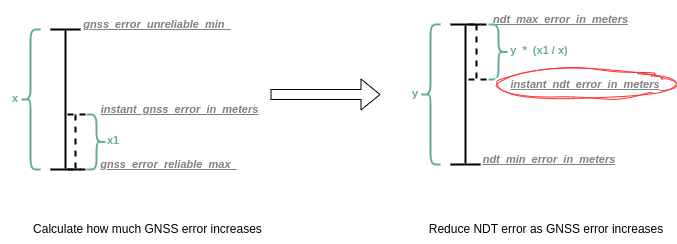
Before: localization/autoware_pose_covariance_modifier_node/media/ndt_stddev_calculation_formula.drawio.png, a diagram exported from draw.io (autowarefoundation/autoware.universe). Source tidied: cells renumbered, new cells last; positions are measured from the earlier drawing's top-left corner, leaving out a move shared by most shapes.
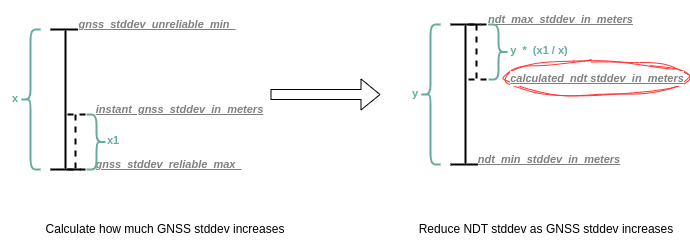
The same diagram one commit later.

Commit message:
update formulas definitions

Change to the diagram source:
```diff
@@ -5,13 +5,13 @@
     <mxCell id="2" style="shape=crossbar;whiteSpace=wrap;html=1;rounded=1;hachureGap=4;fontFamily=Architects Daughter;fontSource=https%3A%2F%2Ffonts.googleapis.com%2Fcss%3Ffamily%3DArchitects%2BDaughter;flipH=1;flipV=1;direction=south;shadow=0;strokeWidth=2;" parent="1" vertex="1">
       <mxGeometry x="50" y="20" width="30" height="140" as="geometry" />
     </mxCell>
-    <mxCell id="3" value="&lt;div style=&quot;background-color: rgb(255, 255, 255);&quot;&gt;&lt;pre style=&quot;&quot;&gt;&lt;span style=&quot;color: rgb(128, 128, 128); font-style: italic;&quot;&gt;&lt;font face=&quot;Helvetica&quot; style=&quot;font-size: 11px;&quot;&gt;&lt;u&gt;&lt;b&gt;gnss_error_unreliable_min_&lt;/b&gt;&lt;/u&gt;&lt;/font&gt;&lt;/span&gt;&lt;/pre&gt;&lt;/div&gt;" style="text;html=1;align=center;verticalAlign=middle;whiteSpace=wrap;rounded=0;fontFamily=Architects Daughter;fontSource=https%3A%2F%2Ffonts.googleapis.com%2Fcss%3Ffamily%3DArchitects%2BDaughter;" parent="1" vertex="1">
+    <mxCell id="3" value="&lt;div style=&quot;background-color: rgb(255, 255, 255);&quot;&gt;&lt;pre style=&quot;&quot;&gt;&lt;span style=&quot;color: rgb(128, 128, 128); font-style: italic;&quot;&gt;&lt;font face=&quot;Helvetica&quot; style=&quot;font-size: 11px;&quot;&gt;&lt;u&gt;&lt;b&gt;gnss_stddev_unreliable_min_&lt;/b&gt;&lt;/u&gt;&lt;/font&gt;&lt;/span&gt;&lt;/pre&gt;&lt;/div&gt;" style="text;html=1;align=center;verticalAlign=middle;whiteSpace=wrap;rounded=0;fontFamily=Architects Daughter;fontSource=https%3A%2F%2Ffonts.googleapis.com%2Fcss%3Ffamily%3DArchitects%2BDaughter;" parent="1" vertex="1">
       <mxGeometry x="87" y="5" width="140" height="20" as="geometry" />
     </mxCell>
-    <mxCell id="4" value="&lt;div style=&quot;background-color: rgb(255, 255, 255);&quot;&gt;&lt;pre style=&quot;&quot;&gt;&lt;span style=&quot;color: rgb(128, 128, 128); font-style: italic;&quot;&gt;&lt;font style=&quot;font-size: 11px;&quot; face=&quot;Helvetica&quot;&gt;&lt;u&gt;&lt;b&gt;gnss_error_reliable_max_&lt;/b&gt;&lt;/u&gt;&lt;/font&gt;&lt;/span&gt;&lt;/pre&gt;&lt;/div&gt;" style="text;html=1;align=center;verticalAlign=middle;whiteSpace=wrap;rounded=0;fontFamily=Architects Daughter;fontSource=https%3A%2F%2Ffonts.googleapis.com%2Fcss%3Ffamily%3DArchitects%2BDaughter;" parent="1" vertex="1">
+    <mxCell id="4" value="&lt;div style=&quot;background-color: rgb(255, 255, 255);&quot;&gt;&lt;pre style=&quot;&quot;&gt;&lt;span style=&quot;color: rgb(128, 128, 128); font-style: italic;&quot;&gt;&lt;font style=&quot;font-size: 11px;&quot; face=&quot;Helvetica&quot;&gt;&lt;u&gt;&lt;b&gt;gnss_stddev_reliable_max_&lt;/b&gt;&lt;/u&gt;&lt;/font&gt;&lt;/span&gt;&lt;/pre&gt;&lt;/div&gt;" style="text;html=1;align=center;verticalAlign=middle;whiteSpace=wrap;rounded=0;fontFamily=Architects Daughter;fontSource=https%3A%2F%2Ffonts.googleapis.com%2Fcss%3Ffamily%3DArchitects%2BDaughter;" parent="1" vertex="1">
       <mxGeometry x="99" y="145" width="139" height="20" as="geometry" />
     </mxCell>
-    <mxCell id="5" value="&lt;div style=&quot;background-color: rgb(255, 255, 255);&quot;&gt;&lt;pre style=&quot;&quot;&gt;&lt;span style=&quot;color: rgb(128, 128, 128); font-style: italic;&quot;&gt;&lt;font style=&quot;font-size: 11px;&quot; face=&quot;Helvetica&quot;&gt;&lt;u&gt;&lt;b&gt;instant_gnss_error_in_meters&lt;/b&gt;&lt;/u&gt;&lt;/font&gt;&lt;/span&gt;&lt;/pre&gt;&lt;/div&gt;" style="text;html=1;align=center;verticalAlign=middle;whiteSpace=wrap;rounded=0;fontFamily=Architects Daughter;fontSource=https%3A%2F%2Ffonts.googleapis.com%2Fcss%3Ffamily%3DArchitects%2BDaughter;" parent="1" vertex="1">
+    <mxCell id="5" value="&lt;div style=&quot;background-color: rgb(255, 255, 255);&quot;&gt;&lt;pre style=&quot;&quot;&gt;&lt;span style=&quot;color: rgb(128, 128, 128); font-style: italic;&quot;&gt;&lt;font style=&quot;font-size: 11px;&quot; face=&quot;Helvetica&quot;&gt;&lt;u&gt;&lt;b&gt;instant_gnss_stddev_in_meters&lt;/b&gt;&lt;/u&gt;&lt;/font&gt;&lt;/span&gt;&lt;/pre&gt;&lt;/div&gt;" style="text;html=1;align=center;verticalAlign=middle;whiteSpace=wrap;rounded=0;fontFamily=Architects Daughter;fontSource=https%3A%2F%2Ffonts.googleapis.com%2Fcss%3Ffamily%3DArchitects%2BDaughter;" parent="1" vertex="1">
       <mxGeometry x="101" y="90" width="157" height="20" as="geometry" />
     </mxCell>
     <mxCell id="6" style="shape=curlyBracket;whiteSpace=wrap;html=1;rounded=1;flipH=1;labelPosition=right;verticalLabelPosition=middle;align=left;verticalAlign=middle;hachureGap=4;fontFamily=Architects Daughter;fontSource=https%3A%2F%2Ffonts.googleapis.com%2Fcss%3Ffamily%3DArchitects%2BDaughter;size=0.5;strokeWidth=2;strokeColor=#67AB9F;" parent="1" vertex="1">
@@ -32,10 +32,10 @@
     <mxCell id="11" style="shape=crossbar;whiteSpace=wrap;html=1;rounded=1;hachureGap=4;fontFamily=Architects Daughter;fontSource=https%3A%2F%2Ffonts.googleapis.com%2Fcss%3Ffamily%3DArchitects%2BDaughter;flipH=1;flipV=1;direction=south;shadow=0;strokeWidth=2;" parent="1" vertex="1">
       <mxGeometry x="450" y="15" width="30" height="140" as="geometry" />
     </mxCell>
-    <mxCell id="12" value="&lt;div style=&quot;background-color: rgb(255, 255, 255);&quot;&gt;&lt;pre style=&quot;&quot;&gt;&lt;div&gt;&lt;pre style=&quot;&quot;&gt;&lt;span style=&quot;color: rgb(128, 128, 128); font-style: italic;&quot;&gt;&lt;font style=&quot;font-size: 11px;&quot; face=&quot;Helvetica&quot;&gt;&lt;b style=&quot;&quot;&gt;&lt;u&gt;ndt_max_error_in_meters&lt;/u&gt;&lt;/b&gt;&lt;/font&gt;&lt;/span&gt;&lt;/pre&gt;&lt;/div&gt;&lt;/pre&gt;&lt;/div&gt;" style="text;html=1;align=center;verticalAlign=middle;whiteSpace=wrap;rounded=0;fontFamily=Architects Daughter;fontSource=https%3A%2F%2Ffonts.googleapis.com%2Fcss%3Ffamily%3DArchitects%2BDaughter;" parent="1" vertex="1">
+    <mxCell id="12" value="&lt;div style=&quot;background-color: rgb(255, 255, 255);&quot;&gt;&lt;pre style=&quot;&quot;&gt;&lt;div&gt;&lt;pre style=&quot;&quot;&gt;&lt;span style=&quot;color: rgb(128, 128, 128); font-style: italic;&quot;&gt;&lt;font style=&quot;font-size: 11px;&quot; face=&quot;Helvetica&quot;&gt;&lt;b style=&quot;&quot;&gt;&lt;u&gt;ndt_max_stddev_in_meters&lt;/u&gt;&lt;/b&gt;&lt;/font&gt;&lt;/span&gt;&lt;/pre&gt;&lt;/div&gt;&lt;/pre&gt;&lt;/div&gt;" style="text;html=1;align=center;verticalAlign=middle;whiteSpace=wrap;rounded=0;fontFamily=Architects Daughter;fontSource=https%3A%2F%2Ffonts.googleapis.com%2Fcss%3Ffamily%3DArchitects%2BDaughter;" parent="1" vertex="1">
       <mxGeometry x="491" width="139" height="20" as="geometry" />
     </mxCell>
-    <mxCell id="13" value="&lt;div style=&quot;background-color: rgb(255, 255, 255);&quot;&gt;&lt;pre style=&quot;&quot;&gt;&lt;div&gt;&lt;pre style=&quot;&quot;&gt;&lt;span style=&quot;color: rgb(128, 128, 128); font-style: italic;&quot;&gt;&lt;font style=&quot;font-size: 11px;&quot; face=&quot;Helvetica&quot;&gt;&lt;u style=&quot;&quot;&gt;&lt;b&gt;ndt_min_error_in_meters&lt;/b&gt;&lt;/u&gt;&lt;/font&gt;&lt;/span&gt;&lt;/pre&gt;&lt;/div&gt;&lt;/pre&gt;&lt;/div&gt;" style="text;html=1;align=center;verticalAlign=middle;whiteSpace=wrap;rounded=0;fontFamily=Architects Daughter;fontSource=https%3A%2F%2Ffonts.googleapis.com%2Fcss%3Ffamily%3DArchitects%2BDaughter;" parent="1" vertex="1">
+    <mxCell id="13" value="&lt;div style=&quot;background-color: rgb(255, 255, 255);&quot;&gt;&lt;pre style=&quot;&quot;&gt;&lt;div&gt;&lt;pre style=&quot;&quot;&gt;&lt;span style=&quot;color: rgb(128, 128, 128); font-style: italic;&quot;&gt;&lt;font style=&quot;font-size: 11px;&quot; face=&quot;Helvetica&quot;&gt;&lt;u style=&quot;&quot;&gt;&lt;b&gt;ndt_min_stddev_in_meters&lt;/b&gt;&lt;/u&gt;&lt;/font&gt;&lt;/span&gt;&lt;/pre&gt;&lt;/div&gt;&lt;/pre&gt;&lt;/div&gt;" style="text;html=1;align=center;verticalAlign=middle;whiteSpace=wrap;rounded=0;fontFamily=Architects Daughter;fontSource=https%3A%2F%2Ffonts.googleapis.com%2Fcss%3Ffamily%3DArchitects%2BDaughter;" parent="1" vertex="1">
       <mxGeometry x="477.8" y="140" width="142.2" height="20" as="geometry" />
     </mxCell>
     <mxCell id="14" style="shape=curlyBracket;whiteSpace=wrap;html=1;rounded=1;flipH=1;labelPosition=right;verticalLabelPosition=middle;align=left;verticalAlign=middle;hachureGap=4;fontFamily=Architects Daughter;fontSource=https%3A%2F%2Ffonts.googleapis.com%2Fcss%3Ffamily%3DArchitects%2BDaughter;size=0.5;strokeWidth=2;strokeColor=#67AB9F;" parent="1" vertex="1">
@@ -54,10 +54,10 @@
       <mxGeometry x="466" y="15" width="20" height="55" as="geometry" />
     </mxCell>
     <mxCell id="19" style="ellipse;whiteSpace=wrap;html=1;sketch=1;hachureGap=4;jiggle=2;curveFitting=1;fontFamily=Architects Daughter;fontSource=https%3A%2F%2Ffonts.googleapis.com%2Fcss%3Ffamily%3DArchitects%2BDaughter;strokeColor=#FF3333;" parent="1" vertex="1">
-      <mxGeometry x="495" y="60" width="180" height="30" as="geometry" />
+      <mxGeometry x="504" y="51.5" width="185" height="35" as="geometry" />
     </mxCell>
-    <mxCell id="20" value="&lt;div style=&quot;background-color: rgb(255, 255, 255);&quot;&gt;&lt;pre style=&quot;&quot;&gt;&lt;font face=&quot;Helvetica&quot; color=&quot;#808080&quot;&gt;&lt;span style=&quot;font-size: 11px;&quot;&gt;&lt;b&gt;&lt;i&gt;&lt;u&gt;instant_ndt_error_in_meters&lt;/u&gt;&lt;/i&gt;&lt;/b&gt;&lt;/span&gt;&lt;/font&gt;&lt;/pre&gt;&lt;/div&gt;" style="text;html=1;align=center;verticalAlign=middle;whiteSpace=wrap;rounded=0;fontFamily=Architects Daughter;fontSource=https%3A%2F%2Ffonts.googleapis.com%2Fcss%3Ffamily%3DArchitects%2BDaughter;" parent="1" vertex="1">
-      <mxGeometry x="510" y="67.5" width="150" height="15" as="geometry" />
+    <mxCell id="20" value="&lt;div style=&quot;background-color: rgb(255, 255, 255);&quot;&gt;&lt;pre style=&quot;&quot;&gt;&lt;font face=&quot;Helvetica&quot; color=&quot;#808080&quot;&gt;&lt;span style=&quot;font-size: 11px;&quot;&gt;&lt;b&gt;&lt;i&gt;&lt;u&gt;calculated_ndt stddev_in_meters&lt;/u&gt;&lt;/i&gt;&lt;/b&gt;&lt;/span&gt;&lt;/font&gt;&lt;/pre&gt;&lt;/div&gt;" style="text;html=1;align=center;verticalAlign=middle;whiteSpace=wrap;rounded=0;fontFamily=Architects Daughter;fontSource=https%3A%2F%2Ffonts.googleapis.com%2Fcss%3Ffamily%3DArchitects%2BDaughter;" parent="1" vertex="1">
+      <mxGeometry x="521.5" y="61.5" width="150" height="15" as="geometry" />
     </mxCell>
     <mxCell id="21" style="shape=flexArrow;endArrow=classic;html=1;rounded=0;hachureGap=4;fontFamily=Architects Daughter;fontSource=https%3A%2F%2Ffonts.googleapis.com%2Fcss%3Ffamily%3DArchitects%2BDaughter;" parent="1" edge="1">
       <mxGeometry relative="1" as="geometry">
@@ -65,11 +65,11 @@
         <mxPoint x="380" y="85" as="targetPoint" />
       </mxGeometry>
     </mxCell>
-    <mxCell id="22" value="&lt;font face=&quot;Helvetica&quot;&gt;Reduce NDT error as GNSS error increases&lt;/font&gt;" style="text;html=1;align=center;verticalAlign=middle;whiteSpace=wrap;rounded=0;fontFamily=Architects Daughter;fontSource=https%3A%2F%2Ffonts.googleapis.com%2Fcss%3Ffamily%3DArchitects%2BDaughter;" parent="1" vertex="1">
+    <mxCell id="22" value="&lt;font face=&quot;Helvetica&quot;&gt;Reduce NDT stddev as GNSS&amp;nbsp;&lt;/font&gt;&lt;span style=&quot;font-family: Helvetica;&quot;&gt;stddev&lt;/span&gt;&lt;font face=&quot;Helvetica&quot;&gt;&amp;nbsp;increases&lt;/font&gt;" style="text;html=1;align=center;verticalAlign=middle;whiteSpace=wrap;rounded=0;fontFamily=Architects Daughter;fontSource=https%3A%2F%2Ffonts.googleapis.com%2Fcss%3Ffamily%3DArchitects%2BDaughter;" parent="1" vertex="1">
       <mxGeometry x="416.2" y="205" width="260" height="30" as="geometry" />
     </mxCell>
-    <mxCell id="23" value="&lt;font face=&quot;Helvetica&quot;&gt;Calculate how much GNSS error increases&lt;/font&gt;" style="text;html=1;align=center;verticalAlign=middle;whiteSpace=wrap;rounded=0;fontFamily=Architects Daughter;fontSource=https%3A%2F%2Ffonts.googleapis.com%2Fcss%3Ffamily%3DArchitects%2BDaughter;" parent="1" vertex="1">
-      <mxGeometry x="20" y="205" width="255" height="30" as="geometry" />
+    <mxCell id="23" value="&lt;font face=&quot;Helvetica&quot;&gt;Calculate how much GNSS stddev increases&lt;/font&gt;" style="text;html=1;align=center;verticalAlign=middle;whiteSpace=wrap;rounded=0;fontFamily=Architects Daughter;fontSource=https%3A%2F%2Ffonts.googleapis.com%2Fcss%3Ffamily%3DArchitects%2BDaughter;" parent="1" vertex="1">
+      <mxGeometry y="205" width="330" height="30" as="geometry" />
     </mxCell>
   </root>
 </mxGraphModel>
```
